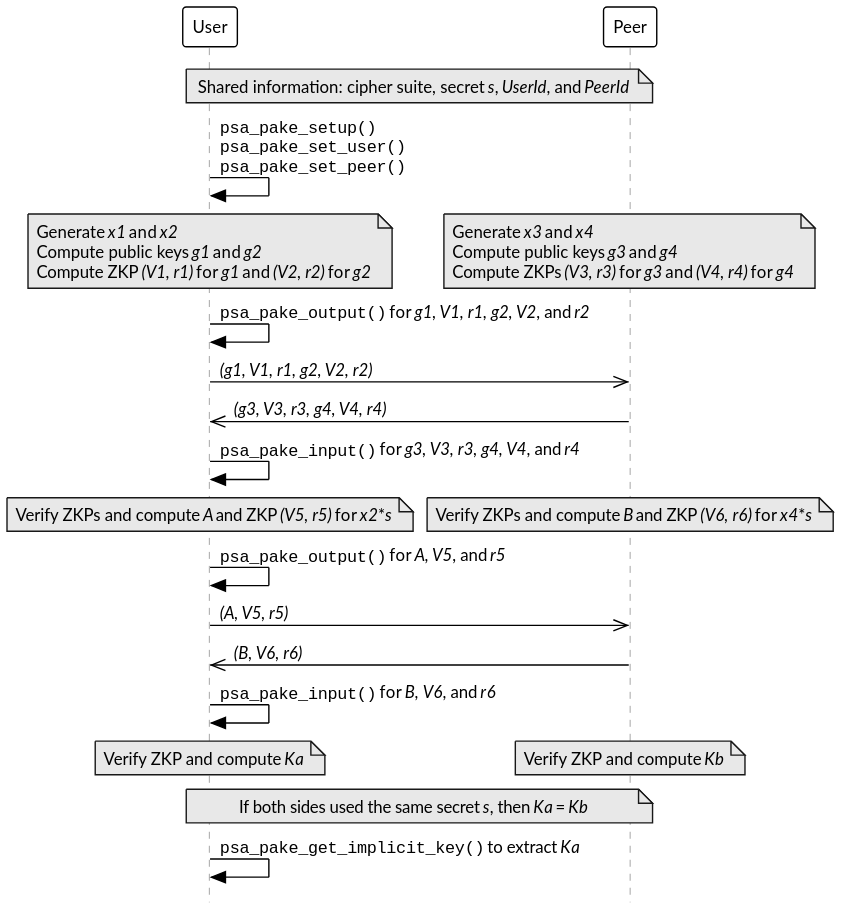
ARM-software/psa-api keeps this PlantUML diagram as doc/ext-pake/figure/j-pake.svg. Above is the earlier version. Its source is kept beside it as doc/ext-pake/figure/j-pake.puml. Its diagram source:
```plantuml
@startuml

    !include atg-spec.pumh

    participant User
    participant Peer

    note over User, Peer: Shared information: cipher suite, secret //s//, //UserId//, and //PeerId//

    User -> User: ""psa_pake_setup()""\n""psa_pake_set_user()""\n""psa_pake_set_peer()""

    note over User: Generate //x1// and //x2//\nCompute public keys //g1// and //g2//\nCompute ZKP //(V1, r1)// for //g1// and //(V2, r2)// for //g2//

    / note over Peer: Generate //x3// and //x4//\nCompute public keys //g3// and //g4//\nCompute ZKPs //(V3, r3)// for //g3// and //(V4, r4)// for //g4//

    User -> User: ""psa_pake_output()"" for //g1, V1, r1, g2, V2//, and //r2//

    User ->> Peer: //(g1, V1, r1, g2, V2, r2)//
    Peer ->> User: //(g3, V3, r3, g4, V4, r4)//

    User -> User: ""psa_pake_input()"" for //g3, V3, r3, g4, V4//, and //r4//

    note over User: Verify ZKPs and compute //A// and ZKP //(V5, r5)// for //x2//*//s//

    / note over Peer: Verify ZKPs and compute //B// and ZKP //(V6, r6)// for //x4//*//s//

    User -> User: ""psa_pake_output()"" for //A, V5//, and //r5//

    User ->> Peer: //(A, V5, r5)//
    Peer ->> User: //(B, V6, r6)//

    User -> User: ""psa_pake_input()"" for //B, V6//, and //r6//

    note over User: Verify ZKP and compute //Ka//
    / note over Peer: Verify ZKP and compute //Kb//

    note over User, Peer: If both sides used the same secret //s//, then //Ka// = //Kb//

    User -> User: ""psa_pake_get_implicit_key()"" to extract //Ka//

@enduml
```
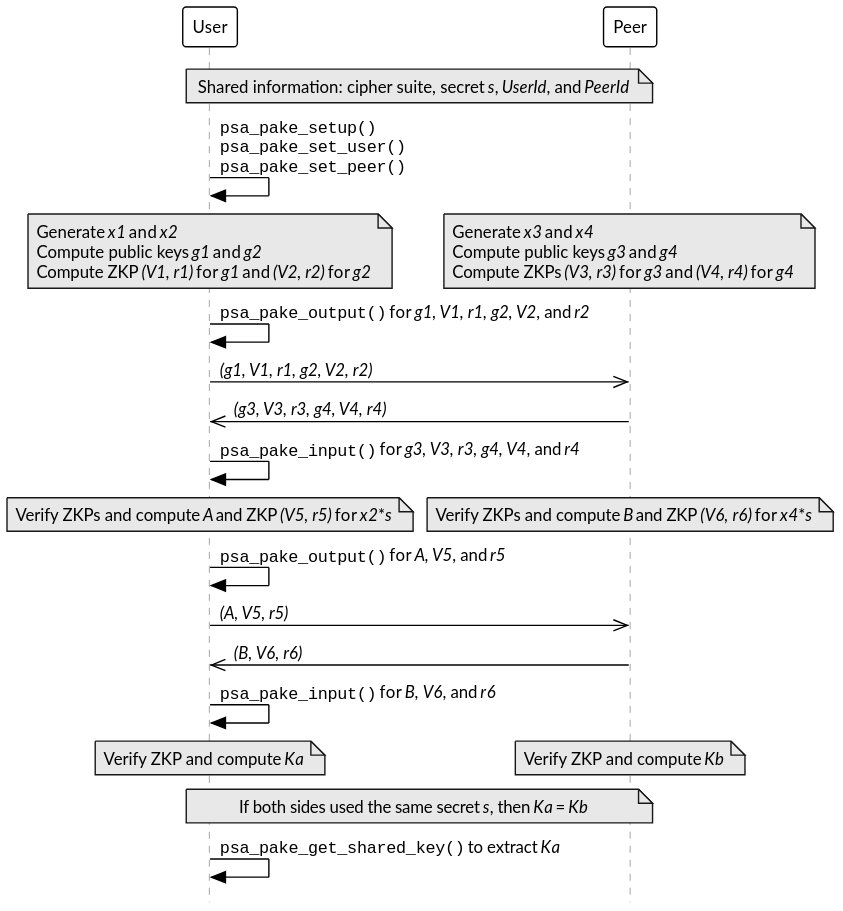
Later version of the same file.

Commit message:
Update J-PAKE flow graphic

The edit, as a diff of the source:
```diff
@@ -36,6 +36,6 @@
 
     note over User, Peer: If both sides used the same secret //s//, then //Ka// = //Kb//
 
-    User -> User: ""psa_pake_get_implicit_key()"" to extract //Ka//
+    User -> User: ""psa_pake_get_shared_key()"" to extract //Ka//
 
 @enduml
```
